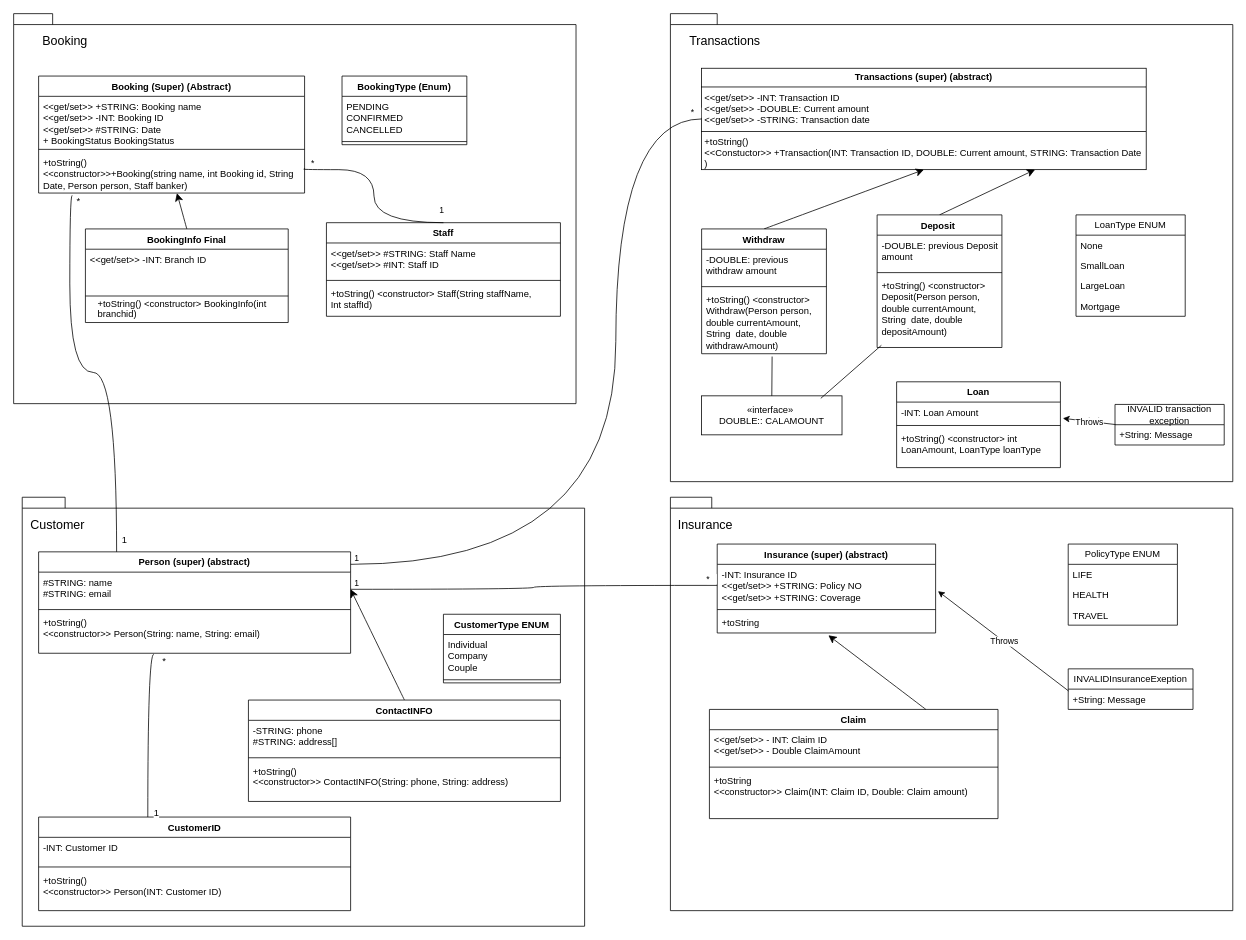
This is Mini Project UML Diagram.drawio from MattJphK/OOAD-Mini-Project-, a draw.io file, before an edit. Source tidied: cells renumbered, new cells numbered last; positions are measured from the earlier drawing's top-left corner, leaving out a move shared by most shapes. Both pictures are drawn from the tidied source at 78%, with x=0, y=0 at pixel (13, 13).
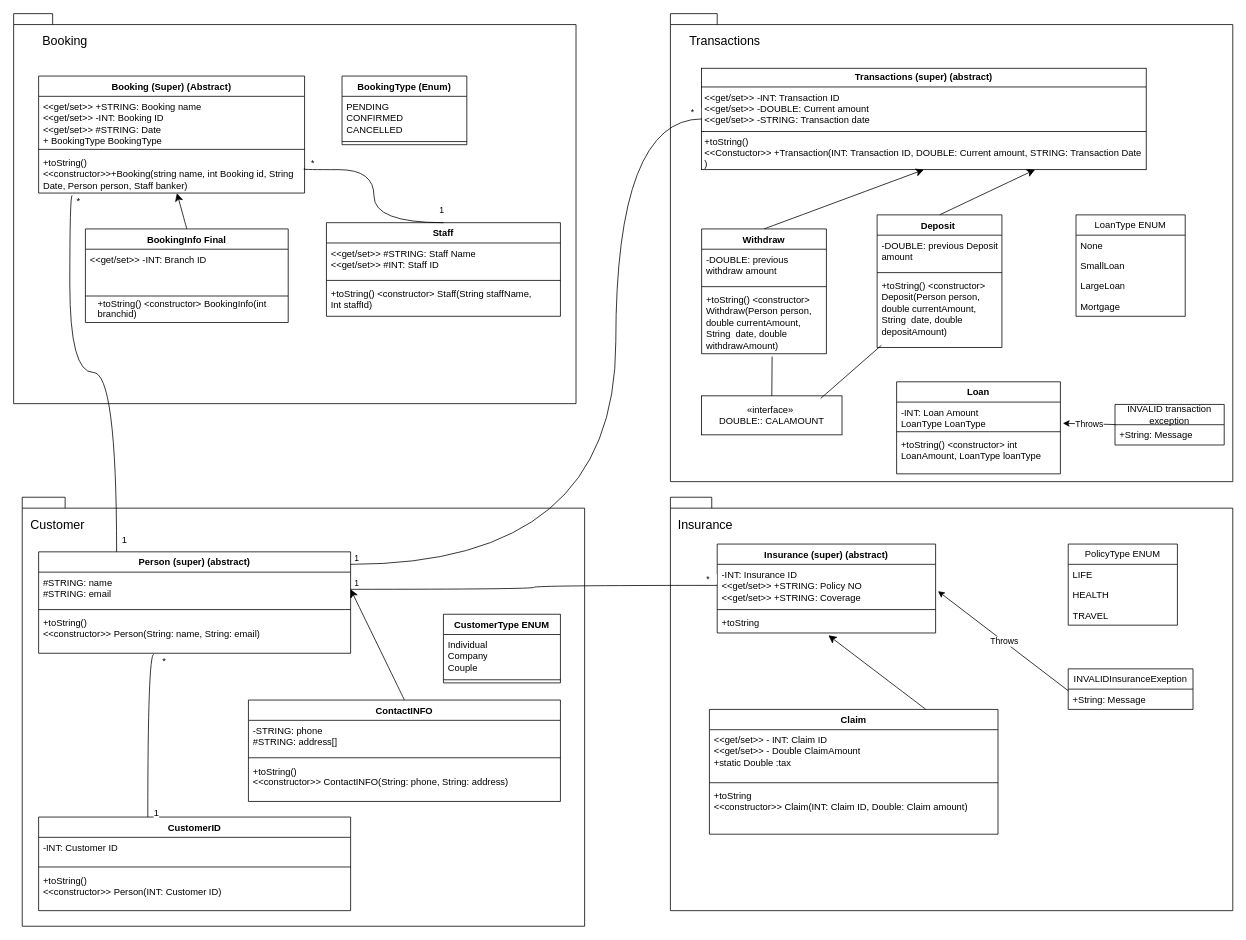
The same diagram, later.

Unchanged cells that the change refers to:
```xml
<mxCell id="4" value="Booking (Super) (Abstract)" style="swimlane;fontStyle=1;align=center;verticalAlign=top;horizontal=1;startSize=26;whiteSpace=wrap;html=1;" parent="1" vertex="1">
  <mxGeometry x="32" y="80" width="341" height="150" as="geometry" />
</mxCell>
```

Diff of the diagram source:
```diff
@@
-    <mxCell id="5" value="&amp;lt;&amp;lt;get/set&amp;gt;&amp;gt; +STRING: Booking name&lt;div&gt;&amp;lt;&amp;lt;get/set&amp;gt;&amp;gt; -INT: Booking ID&lt;/div&gt;&lt;div&gt;&amp;lt;&amp;lt;get/set&amp;gt;&amp;gt; #STRING: Date&lt;/div&gt;&lt;div&gt;+ BookingStatus BookingStatus&lt;/div&gt;&lt;div&gt;&lt;br&gt;&lt;/div&gt;&lt;div&gt;&lt;br&gt;&lt;/div&gt;" style="text;strokeColor=none;fillColor=none;align=left;verticalAlign=top;spacingLeft=4;spacingRight=4;overflow=hidden;whiteSpace=wrap;html=1;" parent="4" vertex="1">
+    <mxCell id="5" value="&amp;lt;&amp;lt;get/set&amp;gt;&amp;gt; +STRING: Booking name&lt;div&gt;&amp;lt;&amp;lt;get/set&amp;gt;&amp;gt; -INT: Booking ID&lt;/div&gt;&lt;div&gt;&amp;lt;&amp;lt;get/set&amp;gt;&amp;gt; #STRING: Date&lt;/div&gt;&lt;div&gt;+ BookingType BookingType&lt;/div&gt;&lt;div&gt;&lt;br&gt;&lt;/div&gt;&lt;div&gt;&lt;br&gt;&lt;/div&gt;" style="text;strokeColor=none;fillColor=none;align=left;verticalAlign=top;spacingLeft=4;spacingRight=4;overflow=hidden;whiteSpace=wrap;html=1;" parent="4" vertex="1">
       <mxGeometry y="26" width="341" height="64" as="geometry" />
     </mxCell>
@@
     <mxCell id="62" value="Claim" style="swimlane;fontStyle=1;align=center;verticalAlign=top;horizontal=1;startSize=26;whiteSpace=wrap;html=1;" parent="1" vertex="1">
-      <mxGeometry x="892" y="892" width="370" height="140" as="geometry" />
+      <mxGeometry x="892" y="892" width="370" height="160" as="geometry" />
     </mxCell>
-    <mxCell id="63" value="&amp;lt;&amp;lt;get/set&amp;gt;&amp;gt; - INT: Claim ID&lt;div&gt;&amp;lt;&amp;lt;get/set&amp;gt;&amp;gt; - Double ClaimAmount&lt;/div&gt;" style="text;strokeColor=none;fillColor=none;align=left;verticalAlign=top;spacingLeft=4;spacingRight=4;overflow=hidden;whiteSpace=wrap;html=1;" parent="62" vertex="1">
-      <mxGeometry y="26" width="370" height="44" as="geometry" />
+    <mxCell id="63" value="&amp;lt;&amp;lt;get/set&amp;gt;&amp;gt; - INT: Claim ID&lt;div&gt;&amp;lt;&amp;lt;get/set&amp;gt;&amp;gt; - Double ClaimAmount&lt;/div&gt;&lt;div&gt;+static Double :tax&lt;/div&gt;" style="text;strokeColor=none;fillColor=none;align=left;verticalAlign=top;spacingLeft=4;spacingRight=4;overflow=hidden;whiteSpace=wrap;html=1;" parent="62" vertex="1">
+      <mxGeometry y="26" width="370" height="64" as="geometry" />
     </mxCell>
     <mxCell id="64" style="line;strokeWidth=1;fillColor=none;align=left;verticalAlign=middle;spacingTop=-1;spacingLeft=3;spacingRight=3;labelPosition=right;strokeColor=inherit;" parent="62" vertex="1">
-      <mxGeometry y="70" width="370" height="8" as="geometry" />
+      <mxGeometry y="90" width="370" height="8" as="geometry" />
     </mxCell>
-    <mxCell id="65" value="+toString&lt;div&gt;&amp;lt;&amp;lt;constructor&amp;gt;&amp;gt; Claim(INT: Claim ID, Double: Claim amount)&amp;nbsp;&lt;/div&gt;" style="text;strokeColor=none;fillColor=none;align=left;verticalAlign=top;spacingLeft=4;spacingRight=4;overflow=hidden;whiteSpace=wrap;html=1;" parent="62" vertex="1">
-      <mxGeometry y="78" width="370" height="62" as="geometry" />
+    <mxCell id="65" value="+toString&lt;div&gt;&amp;lt;&amp;lt;constructor&amp;gt;&amp;gt; Claim(INT: Claim ID, Double: Claim amount)&amp;nbsp;&lt;/div&gt;&lt;div&gt;&lt;br&gt;&lt;/div&gt;" style="text;strokeColor=none;fillColor=none;align=left;verticalAlign=top;spacingLeft=4;spacingRight=4;overflow=hidden;whiteSpace=wrap;html=1;" parent="62" vertex="1">
+      <mxGeometry y="98" width="370" height="62" as="geometry" />
     </mxCell>
@@
     <mxCell id="88" value="Loan" style="swimlane;fontStyle=1;align=center;verticalAlign=top;horizontal=1;startSize=26;whiteSpace=wrap;html=1;" parent="1" vertex="1">
-      <mxGeometry x="1132" y="472" width="210" height="110" as="geometry" />
+      <mxGeometry x="1132" y="472" width="210" height="118" as="geometry" />
     </mxCell>
-    <mxCell id="89" value="-INT: Loan Amount&amp;nbsp;" style="text;strokeColor=none;fillColor=none;align=left;verticalAlign=top;spacingLeft=4;spacingRight=4;overflow=hidden;points=[[0,0.5],[1,0.5]];portConstraint=eastwest;whiteSpace=wrap;html=1;" parent="88" vertex="1">
-      <mxGeometry y="26" width="210" height="26" as="geometry" />
+    <mxCell id="89" value="-INT: Loan Amount&amp;nbsp;&lt;div&gt;LoanType LoanType&lt;/div&gt;" style="text;strokeColor=none;fillColor=none;align=left;verticalAlign=top;spacingLeft=4;spacingRight=4;overflow=hidden;points=[[0,0.5],[1,0.5]];portConstraint=eastwest;whiteSpace=wrap;html=1;" parent="88" vertex="1">
+      <mxGeometry y="26" width="210" height="34" as="geometry" />
     </mxCell>
     <mxCell id="90" style="line;strokeWidth=1;fillColor=none;align=left;verticalAlign=middle;spacingTop=-1;spacingLeft=3;spacingRight=3;labelPosition=right;strokeColor=inherit;" parent="88" vertex="1">
-      <mxGeometry y="52" width="210" height="8" as="geometry" />
+      <mxGeometry y="60" width="210" height="8" as="geometry" />
     </mxCell>
     <mxCell id="91" value="+toString() &amp;lt;constructor&amp;gt; int LoanAmount, LoanType loanType&amp;nbsp;" style="text;strokeColor=none;fillColor=none;align=left;verticalAlign=top;spacingLeft=4;spacingRight=4;overflow=hidden;whiteSpace=wrap;html=1;" parent="88" vertex="1">
-      <mxGeometry y="60" width="210" height="50" as="geometry" />
+      <mxGeometry y="68" width="210" height="50" as="geometry" />
     </mxCell>
```
